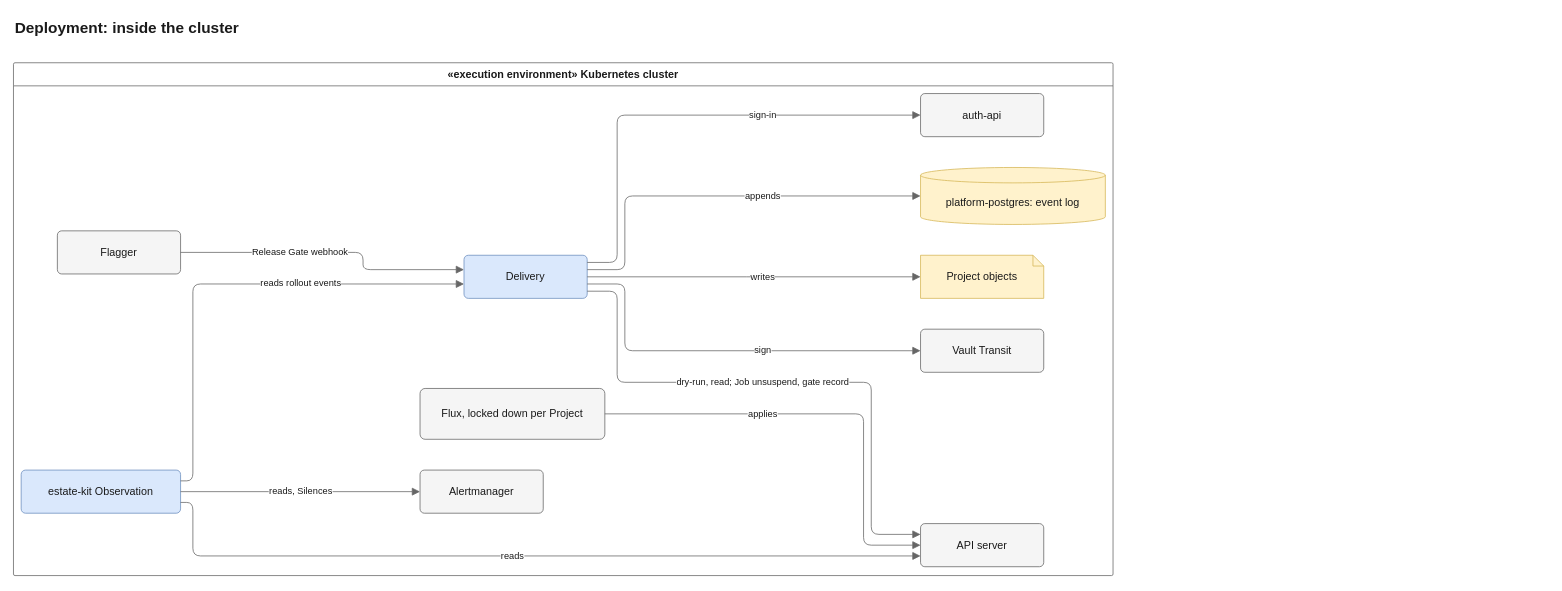
Earlier version of the draw.io diagram docs/diagrams/src/deploy-in-cluster.drawio (JorisJonkers-dev/estate-kit). Source tidied: cells renumbered, new cells numbered last; positions are measured from the earlier drawing's top-left corner, leaving out a move shared by most shapes. Both pictures are drawn from the tidied source at 77%, with x=0, y=0 at pixel (13, 13).
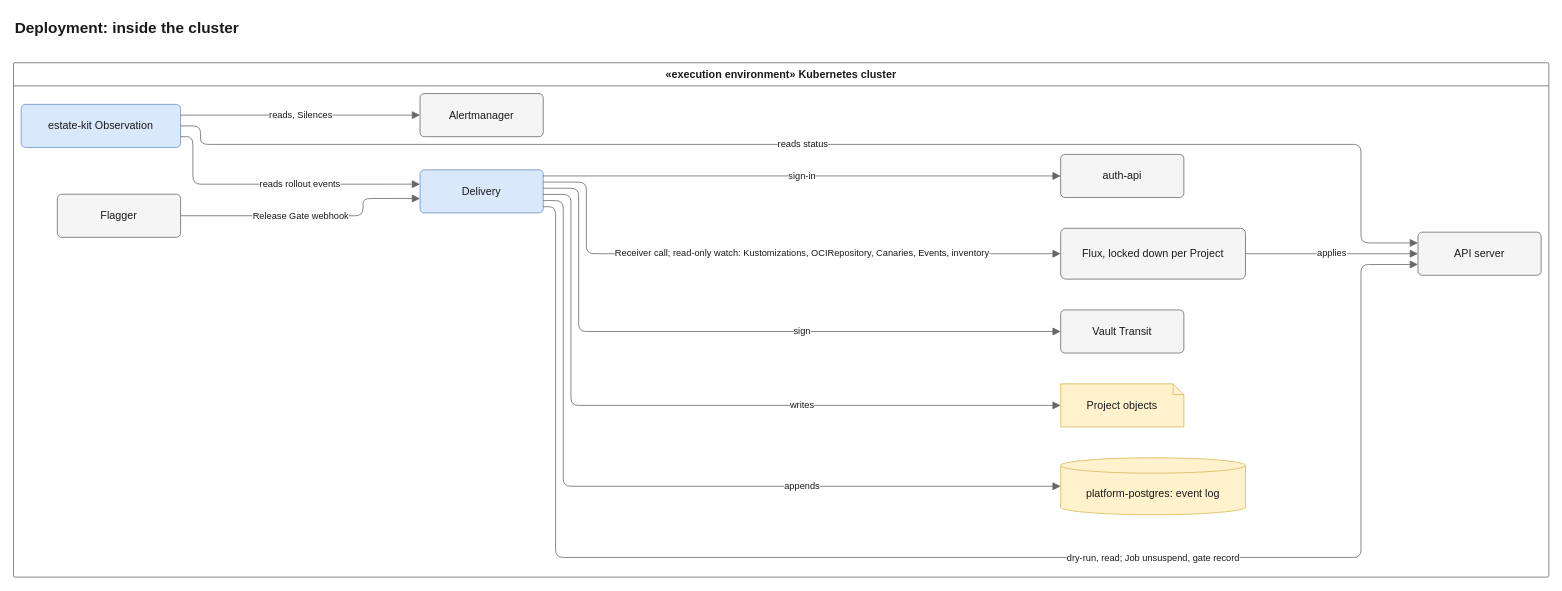
Above is the later version.

The edit, as a diff of the source:
```diff
@@
     <mxCell id="2" value="«execution environment» Kubernetes cluster" style="swimlane;startSize=30;rounded=1;arcSize=4;absoluteArcSize=1;html=1;whiteSpace=wrap;fontSize=14;fontColor=light-dark(#1a1a1a,#e8e8e8);fontStyle=1;fillColor=none;swimlaneFillColor=none;strokeColor=light-dark(#666666,#a8a8a8);fontFamily=Helvetica;" parent="1" vertex="1">
-      <mxGeometry y="64" width="1428" height="666" as="geometry" />
+      <mxGeometry y="64" width="1994" height="668" as="geometry" />
     </mxCell>
     <mxCell id="3" value="Delivery" style="rounded=1;arcSize=10;html=1;whiteSpace=wrap;fontSize=14;fontColor=light-dark(#1a1a1a,#e8e8e8);fillColor=light-dark(#dae8fc,#1f3a5f);strokeColor=light-dark(#6c8ebf,#7aa7e0);fontFamily=Helvetica;" parent="2" vertex="1">
-      <mxGeometry x="585.1" y="250" width="160" height="56" as="geometry" />
+      <mxGeometry x="528" y="139" width="160" height="56" as="geometry" />
     </mxCell>
     <mxCell id="4" value="platform-postgres: event log" style="shape=cylinder3;size=10;boundedLbl=1;backgroundOutline=1;html=1;whiteSpace=wrap;fontSize=14;fontColor=light-dark(#1a1a1a,#e8e8e8);fillColor=light-dark(#fff2cc,#3a3220);strokeColor=light-dark(#d6b656,#c9a74a);fontFamily=Helvetica;" parent="2" vertex="1">
-      <mxGeometry x="1178" y="136" width="240" height="74" as="geometry" />
+      <mxGeometry x="1360" y="513" width="240" height="74" as="geometry" />
     </mxCell>
     <mxCell id="5" value="Flagger" style="rounded=1;arcSize=10;html=1;whiteSpace=wrap;fontSize=14;fontColor=light-dark(#1a1a1a,#e8e8e8);fillColor=light-dark(#f5f5f5,#2b2b2b);strokeColor=light-dark(#666666,#a8a8a8);fontFamily=Helvetica;" parent="2" vertex="1">
-      <mxGeometry x="57" y="218.3" width="160" height="56" as="geometry" />
+      <mxGeometry x="57" y="170.7" width="160" height="56" as="geometry" />
     </mxCell>
     <mxCell id="6" value="Vault Transit" style="rounded=1;arcSize=10;html=1;whiteSpace=wrap;fontSize=14;fontColor=light-dark(#1a1a1a,#e8e8e8);fillColor=light-dark(#f5f5f5,#2b2b2b);strokeColor=light-dark(#666666,#a8a8a8);fontFamily=Helvetica;" parent="2" vertex="1">
-      <mxGeometry x="1178" y="346" width="160" height="56" as="geometry" />
+      <mxGeometry x="1360" y="321" width="160" height="56" as="geometry" />
     </mxCell>
     <mxCell id="7" value="API server" style="rounded=1;arcSize=10;html=1;whiteSpace=wrap;fontSize=14;fontColor=light-dark(#1a1a1a,#e8e8e8);fillColor=light-dark(#f5f5f5,#2b2b2b);strokeColor=light-dark(#666666,#a8a8a8);fontFamily=Helvetica;" parent="2" vertex="1">
-      <mxGeometry x="1178" y="598.5" width="160" height="56" as="geometry" />
+      <mxGeometry x="1824" y="220" width="160" height="56" as="geometry" />
     </mxCell>
     <mxCell id="8" value="Flux, locked down per Project" style="rounded=1;arcSize=10;html=1;whiteSpace=wrap;fontSize=14;fontColor=light-dark(#1a1a1a,#e8e8e8);fillColor=light-dark(#f5f5f5,#2b2b2b);strokeColor=light-dark(#666666,#a8a8a8);fontFamily=Helvetica;" parent="2" vertex="1">
-      <mxGeometry x="528" y="423" width="240" height="66" as="geometry" />
+      <mxGeometry x="1360" y="215" width="240" height="66" as="geometry" />
     </mxCell>
     <mxCell id="9" value="Project objects" style="shape=note;size=14;html=1;whiteSpace=wrap;fontSize=14;fontColor=light-dark(#1a1a1a,#e8e8e8);fillColor=light-dark(#fff2cc,#3a3220);strokeColor=light-dark(#d6b656,#c9a74a);fontFamily=Helvetica;" parent="2" vertex="1">
-      <mxGeometry x="1178" y="250" width="160" height="56" as="geometry" />
+      <mxGeometry x="1360" y="417" width="160" height="56" as="geometry" />
     </mxCell>
     <mxCell id="10" value="auth-api" style="rounded=1;arcSize=10;html=1;whiteSpace=wrap;fontSize=14;fontColor=light-dark(#1a1a1a,#e8e8e8);fillColor=light-dark(#f5f5f5,#2b2b2b);strokeColor=light-dark(#666666,#a8a8a8);fontFamily=Helvetica;" parent="2" vertex="1">
-      <mxGeometry x="1178" y="40" width="160" height="56" as="geometry" />
+      <mxGeometry x="1360" y="119" width="160" height="56" as="geometry" />
     </mxCell>
     <mxCell id="11" value="estate-kit Observation" style="rounded=1;arcSize=10;html=1;whiteSpace=wrap;fontSize=14;fontColor=light-dark(#1a1a1a,#e8e8e8);fillColor=light-dark(#dae8fc,#1f3a5f);strokeColor=light-dark(#6c8ebf,#7aa7e0);fontFamily=Helvetica;" parent="2" vertex="1">
-      <mxGeometry x="10" y="529" width="207" height="56" as="geometry" />
+      <mxGeometry x="10" y="54" width="207" height="56" as="geometry" />
     </mxCell>
     <mxCell id="12" value="Alertmanager" style="rounded=1;arcSize=10;html=1;whiteSpace=wrap;fontSize=14;fontColor=light-dark(#1a1a1a,#e8e8e8);fillColor=light-dark(#f5f5f5,#2b2b2b);strokeColor=light-dark(#666666,#a8a8a8);fontFamily=Helvetica;" parent="2" vertex="1">
-      <mxGeometry x="528" y="529" width="160" height="56" as="geometry" />
+      <mxGeometry x="528" y="40" width="160" height="56" as="geometry" />
     </mxCell>
-    <mxCell id="13" value="Release Gate webhook" style="html=1;rounded=1;fontSize=14;fontSize=12;fontColor=light-dark(#1a1a1a,#e8e8e8);strokeColor=light-dark(#666666,#a8a8a8);endArrow=block;endFill=1;endSize=8;curved=0;exitX=1;exitY=0.5;entryX=0;entryY=0.3334;edgeStyle=orthogonalEdgeStyle;fontFamily=Helvetica;labelBackgroundColor=light-dark(#ffffff,#1e1e1e);" parent="2" edge="1" source="5" target="3">
+    <mxCell id="13" value="Release Gate webhook" style="html=1;rounded=1;fontSize=14;fontSize=12;fontColor=light-dark(#1a1a1a,#e8e8e8);strokeColor=light-dark(#666666,#a8a8a8);endArrow=block;endFill=1;endSize=8;curved=0;exitX=1;exitY=0.5;entryX=0;entryY=0.6666;edgeStyle=orthogonalEdgeStyle;fontFamily=Helvetica;labelBackgroundColor=light-dark(#ffffff,#1e1e1e);" parent="2" edge="1" source="5" target="3">
       <mxGeometry relative="1" as="geometry">
         <Array as="points">
-          <mxPoint x="454" y="246.3" />
-          <mxPoint x="454" y="268.7" />
+          <mxPoint x="454" y="198.7" />
+          <mxPoint x="454" y="176.3" />
         </Array>
-        <mxPoint x="-39.7" as="offset" />
+        <mxPoint x="-11.2" as="offset" />
       </mxGeometry>
     </mxCell>
-    <mxCell id="14" value="reads rollout events" style="html=1;rounded=1;fontSize=14;fontSize=12;fontColor=light-dark(#1a1a1a,#e8e8e8);strokeColor=light-dark(#666666,#a8a8a8);endArrow=block;endFill=1;endSize=8;curved=0;exitX=1;exitY=0.25;entryX=0;entryY=0.6666;edgeStyle=orthogonalEdgeStyle;fontFamily=Helvetica;labelBackgroundColor=light-dark(#ffffff,#1e1e1e);" parent="2" edge="1" source="11" target="3">
+    <mxCell id="14" value="reads rollout events" style="html=1;rounded=1;fontSize=14;fontSize=12;fontColor=light-dark(#1a1a1a,#e8e8e8);strokeColor=light-dark(#666666,#a8a8a8);endArrow=block;endFill=1;endSize=8;curved=0;exitX=1;exitY=0.75;entryX=0;entryY=0.3334;edgeStyle=orthogonalEdgeStyle;fontFamily=Helvetica;labelBackgroundColor=light-dark(#ffffff,#1e1e1e);" parent="2" edge="1" source="11" target="3">
       <mxGeometry relative="1" as="geometry">
         <Array as="points">
-          <mxPoint x="233" y="543" />
-          <mxPoint x="233" y="287.3" />
+          <mxPoint x="233" y="96" />
+          <mxPoint x="233" y="157.7" />
         </Array>
-        <mxPoint x="99.3" as="offset" />
+        <mxPoint x="30.8" as="offset" />
       </mxGeometry>
     </mxCell>
-    <mxCell id="15" value="dry-run, read; Job unsuspend, gate record" style="html=1;rounded=1;fontSize=14;fontSize=12;fontColor=light-dark(#1a1a1a,#e8e8e8);strokeColor=light-dark(#666666,#a8a8a8);endArrow=block;endFill=1;endSize=8;curved=0;exitX=1;exitY=0.8334;entryX=0;entryY=0.25;edgeStyle=orthogonalEdgeStyle;fontFamily=Helvetica;labelBackgroundColor=light-dark(#ffffff,#1e1e1e);" parent="2" edge="1" source="3" target="7">
+    <mxCell id="15" value="dry-run, read; Job unsuspend, gate record" style="html=1;rounded=1;fontSize=14;fontSize=12;fontColor=light-dark(#1a1a1a,#e8e8e8);strokeColor=light-dark(#666666,#a8a8a8);endArrow=block;endFill=1;endSize=8;curved=0;exitX=1;exitY=0.8571;entryX=0;entryY=0.75;edgeStyle=orthogonalEdgeStyle;fontFamily=Helvetica;labelBackgroundColor=light-dark(#ffffff,#1e1e1e);" parent="2" edge="1" source="3" target="7">
       <mxGeometry relative="1" as="geometry">
         <Array as="points">
-          <mxPoint x="784" y="296.7" />
-          <mxPoint x="784" y="415" />
-          <mxPoint x="1114" y="415" />
-          <mxPoint x="1114" y="612.5" />
+          <mxPoint x="704" y="187" />
+          <mxPoint x="704" y="642.5" />
+          <mxPoint x="1750" y="642.5" />
+          <mxPoint x="1750" y="262" />
         </Array>
-        <mxPoint x="-28.1" as="offset" />
+        <mxPoint x="261.5" as="offset" />
       </mxGeometry>
     </mxCell>
-    <mxCell id="16" value="sign" style="html=1;rounded=1;fontSize=14;fontSize=12;fontColor=light-dark(#1a1a1a,#e8e8e8);strokeColor=light-dark(#666666,#a8a8a8);endArrow=block;endFill=1;endSize=8;curved=0;exitX=1;exitY=0.6666;entryX=0;entryY=0.5;edgeStyle=orthogonalEdgeStyle;fontFamily=Helvetica;labelBackgroundColor=light-dark(#ffffff,#1e1e1e);" parent="2" edge="1" source="3" target="6">
+    <mxCell id="16" value="sign" style="html=1;rounded=1;fontSize=14;fontSize=12;fontColor=light-dark(#1a1a1a,#e8e8e8);strokeColor=light-dark(#666666,#a8a8a8);endArrow=block;endFill=1;endSize=8;curved=0;exitX=1;exitY=0.4286;entryX=0;entryY=0.5;edgeStyle=orthogonalEdgeStyle;fontFamily=Helvetica;labelBackgroundColor=light-dark(#ffffff,#1e1e1e);" parent="2" edge="1" source="3" target="6">
       <mxGeometry relative="1" as="geometry">
         <Array as="points">
-          <mxPoint x="794" y="287.3" />
-          <mxPoint x="794" y="374" />
+          <mxPoint x="734" y="163" />
+          <mxPoint x="734" y="349" />
         </Array>
-        <mxPoint x="54.8" as="offset" />
+        <mxPoint x="93" as="offset" />
       </mxGeometry>
     </mxCell>
-    <mxCell id="17" value="sign-in" style="html=1;rounded=1;fontSize=14;fontSize=12;fontColor=light-dark(#1a1a1a,#e8e8e8);strokeColor=light-dark(#666666,#a8a8a8);endArrow=block;endFill=1;endSize=8;curved=0;exitX=1;exitY=0.1666;entryX=0;entryY=0.5;edgeStyle=orthogonalEdgeStyle;fontFamily=Helvetica;labelBackgroundColor=light-dark(#ffffff,#1e1e1e);" parent="2" edge="1" source="3" target="10">
+    <mxCell id="17" value="sign-in" style="html=1;rounded=1;fontSize=14;fontSize=12;fontColor=light-dark(#1a1a1a,#e8e8e8);strokeColor=light-dark(#666666,#a8a8a8);endArrow=block;endFill=1;endSize=8;curved=0;exitX=1;exitY=0.1429;entryX=0;entryY=0.5;edgeStyle=orthogonalEdgeStyle;fontFamily=Helvetica;labelBackgroundColor=light-dark(#ffffff,#1e1e1e);" parent="2" edge="1" source="3" target="10">
       <mxGeometry relative="1" as="geometry">
         <Array as="points">
-          <mxPoint x="784" y="259.3" />
-          <mxPoint x="784" y="68" />
+          <mxPoint x="1024" y="147" />
         </Array>
-        <mxPoint x="107.1" as="offset" />
       </mxGeometry>
     </mxCell>
-    <mxCell id="18" value="appends" style="html=1;rounded=1;fontSize=14;fontSize=12;fontColor=light-dark(#1a1a1a,#e8e8e8);strokeColor=light-dark(#666666,#a8a8a8);endArrow=block;endFill=1;endSize=8;curved=0;exitX=1;exitY=0.3334;entryX=0;entryY=0.5;edgeStyle=orthogonalEdgeStyle;fontFamily=Helvetica;labelBackgroundColor=light-dark(#ffffff,#1e1e1e);" parent="2" edge="1" source="3" target="4">
+    <mxCell id="18" value="appends" style="html=1;rounded=1;fontSize=14;fontSize=12;fontColor=light-dark(#1a1a1a,#e8e8e8);strokeColor=light-dark(#666666,#a8a8a8);endArrow=block;endFill=1;endSize=8;curved=0;exitX=1;exitY=0.7143;entryX=0;entryY=0.5;edgeStyle=orthogonalEdgeStyle;fontFamily=Helvetica;labelBackgroundColor=light-dark(#ffffff,#1e1e1e);" parent="2" edge="1" source="3" target="4">
       <mxGeometry relative="1" as="geometry">
         <Array as="points">
-          <mxPoint x="794" y="268.7" />
-          <mxPoint x="794" y="173" />
+          <mxPoint x="714" y="179" />
+          <mxPoint x="714" y="550" />
         </Array>
-        <mxPoint x="59.3" as="offset" />
+        <mxPoint x="185.5" as="offset" />
       </mxGeometry>
     </mxCell>
-    <mxCell id="19" value="writes" style="html=1;rounded=1;fontSize=14;fontSize=12;fontColor=light-dark(#1a1a1a,#e8e8e8);strokeColor=light-dark(#666666,#a8a8a8);endArrow=block;endFill=1;endSize=8;curved=0;exitX=1;exitY=0.5;entryX=0;entryY=0.5;edgeStyle=orthogonalEdgeStyle;fontFamily=Helvetica;labelBackgroundColor=light-dark(#ffffff,#1e1e1e);" parent="2" edge="1" source="3" target="9">
+    <mxCell id="19" value="writes" style="html=1;rounded=1;fontSize=14;fontSize=12;fontColor=light-dark(#1a1a1a,#e8e8e8);strokeColor=light-dark(#666666,#a8a8a8);endArrow=block;endFill=1;endSize=8;curved=0;exitX=1;exitY=0.5714;entryX=0;entryY=0.5;edgeStyle=orthogonalEdgeStyle;fontFamily=Helvetica;labelBackgroundColor=light-dark(#ffffff,#1e1e1e);" parent="2" edge="1" source="3" target="9">
       <mxGeometry relative="1" as="geometry">
         <Array as="points">
-          <mxPoint x="961.6" y="278" />
+          <mxPoint x="724" y="171" />
+          <mxPoint x="724" y="445" />
         </Array>
-        <mxPoint x="11.4" as="offset" />
+        <mxPoint x="137" as="offset" />
       </mxGeometry>
     </mxCell>
+    <mxCell id="24" value="Receiver call; read-only watch: Kustomizations, OCIRepository, Canaries, Events, inventory" style="html=1;rounded=1;fontSize=14;fontSize=12;fontColor=light-dark(#1a1a1a,#e8e8e8);strokeColor=light-dark(#666666,#a8a8a8);endArrow=block;endFill=1;endSize=8;curved=0;exitX=1;exitY=0.2857;entryX=0;entryY=0.5;edgeStyle=orthogonalEdgeStyle;fontFamily=Helvetica;labelBackgroundColor=light-dark(#ffffff,#1e1e1e);" parent="2" edge="1" source="3" target="8">
+      <mxGeometry relative="1" as="geometry">
+        <Array as="points">
+          <mxPoint x="744" y="155" />
+          <mxPoint x="744" y="248" />
+        </Array>
+        <mxPoint x="46.5" as="offset" />
+      </mxGeometry>
+    </mxCell>
-    <mxCell id="20" value="reads" style="html=1;rounded=1;fontSize=14;fontSize=12;fontColor=light-dark(#1a1a1a,#e8e8e8);strokeColor=light-dark(#666666,#a8a8a8);endArrow=block;endFill=1;endSize=8;curved=0;exitX=1;exitY=0.75;entryX=0;entryY=0.75;edgeStyle=orthogonalEdgeStyle;fontFamily=Helvetica;labelBackgroundColor=light-dark(#ffffff,#1e1e1e);" parent="2" edge="1" source="11" target="7">
+    <mxCell id="20" value="reads status" style="html=1;rounded=1;fontSize=14;fontSize=12;fontColor=light-dark(#1a1a1a,#e8e8e8);strokeColor=light-dark(#666666,#a8a8a8);endArrow=block;endFill=1;endSize=8;curved=0;exitX=1;exitY=0.5;entryX=0;entryY=0.25;edgeStyle=orthogonalEdgeStyle;fontFamily=Helvetica;labelBackgroundColor=light-dark(#ffffff,#1e1e1e);" parent="2" edge="1" source="11" target="7">
       <mxGeometry relative="1" as="geometry">
         <Array as="points">
-          <mxPoint x="233" y="571" />
-          <mxPoint x="233" y="640.5" />
+          <mxPoint x="243" y="82" />
+          <mxPoint x="243" y="106" />
+          <mxPoint x="1750" y="106" />
+          <mxPoint x="1750" y="234" />
         </Array>
-        <mxPoint x="-14.8" as="offset" />
+        <mxPoint x="-48.5" as="offset" />
       </mxGeometry>
     </mxCell>
     <mxCell id="21" value="applies" style="html=1;rounded=1;fontSize=14;fontSize=12;fontColor=light-dark(#1a1a1a,#e8e8e8);strokeColor=light-dark(#666666,#a8a8a8);endArrow=block;endFill=1;endSize=8;curved=0;exitX=1;exitY=0.5;entryX=0;entryY=0.5;edgeStyle=orthogonalEdgeStyle;fontFamily=Helvetica;labelBackgroundColor=light-dark(#ffffff,#1e1e1e);" parent="2" edge="1" source="8" target="7">
       <mxGeometry relative="1" as="geometry">
         <Array as="points">
-          <mxPoint x="1104" y="456" />
-          <mxPoint x="1104" y="626.5" />
+          <mxPoint x="1712" y="248" />
         </Array>
-        <mxPoint x="-85.2" as="offset" />
       </mxGeometry>
     </mxCell>
-    <mxCell id="22" value="reads, Silences" style="html=1;rounded=1;fontSize=14;fontSize=12;fontColor=light-dark(#1a1a1a,#e8e8e8);strokeColor=light-dark(#666666,#a8a8a8);endArrow=block;endFill=1;endSize=8;curved=0;exitX=1;exitY=0.5;entryX=0;entryY=0.5;edgeStyle=orthogonalEdgeStyle;fontFamily=Helvetica;labelBackgroundColor=light-dark(#ffffff,#1e1e1e);" parent="2" edge="1" source="11" target="12">
+    <mxCell id="22" value="reads, Silences" style="html=1;rounded=1;fontSize=14;fontSize=12;fontColor=light-dark(#1a1a1a,#e8e8e8);strokeColor=light-dark(#666666,#a8a8a8);endArrow=block;endFill=1;endSize=8;curved=0;exitX=1;exitY=0.25;entryX=0;entryY=0.5;edgeStyle=orthogonalEdgeStyle;fontFamily=Helvetica;labelBackgroundColor=light-dark(#ffffff,#1e1e1e);" parent="2" edge="1" source="11" target="12">
       <mxGeometry relative="1" as="geometry">
         <Array as="points">
-          <mxPoint x="372.5" y="557" />
+          <mxPoint x="372.5" y="68" />
         </Array>
       </mxGeometry>
     </mxCell>
     <mxCell id="23" value="Deployment: inside the cluster" style="text;html=1;whiteSpace=wrap;align=left;verticalAlign=middle;fontSize=20;fontStyle=1;fontColor=light-dark(#1a1a1a,#e8e8e8);fontFamily=Helvetica;" parent="1" vertex="1">
-      <mxGeometry width="1428" height="36" as="geometry" />
+      <mxGeometry width="1994" height="36" as="geometry" />
     </mxCell>
```
